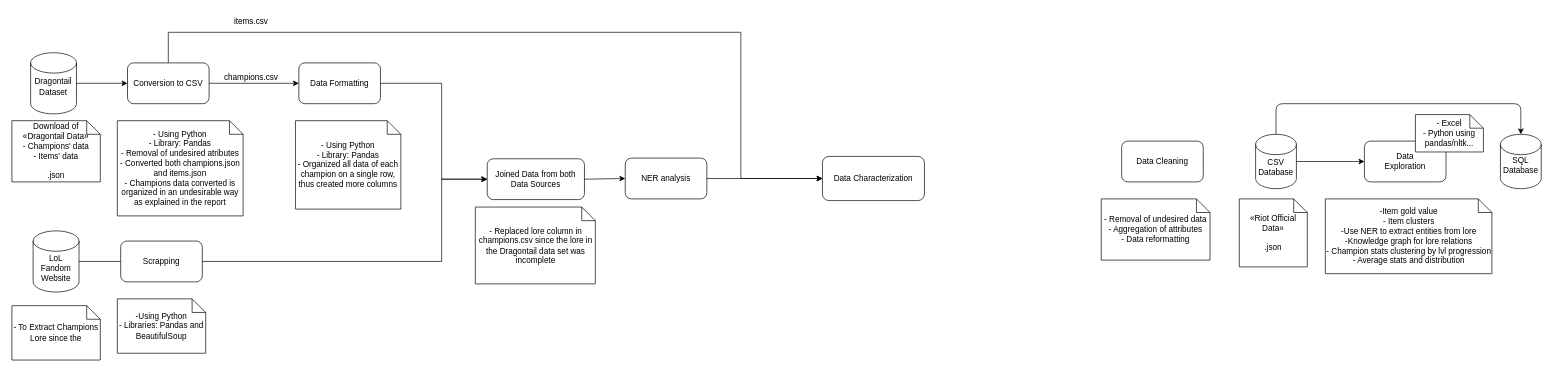
Above: docs/Pipeline.drawio in MiNeves00/PRI2021 (draw.io), before the change. Source tidied: cells renumbered, new cells numbered last; positions are measured from the earlier drawing's top-left corner, leaving out a move shared by most shapes. Both pictures are drawn from the tidied source at 68%, with x=0, y=0 at pixel (12, 12).
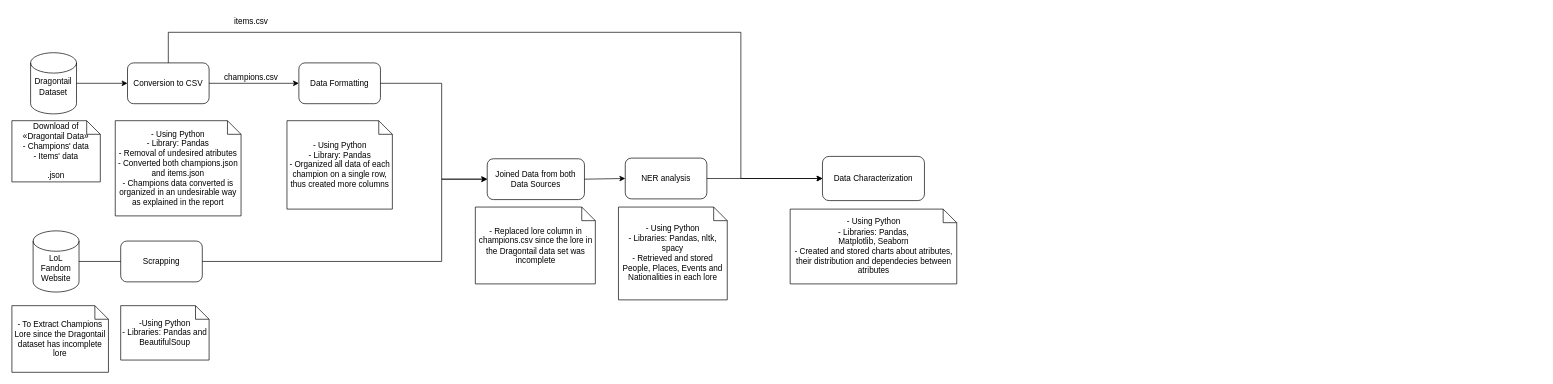
After the change.

Commit message (it also covers changes not shown here):
Improved Pipeline and UML

What changed in the source:
```diff
@@
-    <mxCell id="2" value="Data Cleaning" style="rounded=1;whiteSpace=wrap;html=1;" parent="1" vertex="1">
-      <mxGeometry x="1632" y="190" width="120" height="60" as="geometry" />
-    </mxCell>
@@
-    <mxCell id="5" style="shape=cylinder3;whiteSpace=wrap;html=1;boundedLbl=1;backgroundOutline=1;size=15;" parent="1" vertex="1">
-      <mxGeometry x="1829" y="180" width="60" height="80" as="geometry" />
-    </mxCell>
-    <mxCell id="6" value="CSV Database" style="text;html=1;strokeColor=none;fillColor=none;align=center;verticalAlign=middle;whiteSpace=wrap;rounded=0;" parent="1" vertex="1">
-      <mxGeometry x="1834" y="218" width="50" height="20" as="geometry" />
-    </mxCell>
-    <mxCell id="7" style="endArrow=classic;html=1;exitX=1;exitY=0.5;exitDx=0;exitDy=0;exitPerimeter=0;" parent="1" edge="1" source="5">
-      <mxGeometry relative="1" as="geometry">
-        <mxPoint x="1989" y="220" as="targetPoint" />
-      </mxGeometry>
-    </mxCell>
-    <mxCell id="8" style="rounded=1;whiteSpace=wrap;html=1;" parent="1" vertex="1">
-      <mxGeometry x="1989" y="190" width="120" height="60" as="geometry" />
-    </mxCell>
-    <mxCell id="9" value="Data Exploration" style="text;html=1;strokeColor=none;fillColor=none;align=center;verticalAlign=middle;whiteSpace=wrap;rounded=0;" parent="1" vertex="1">
-      <mxGeometry x="2029" y="210" width="40" height="20" as="geometry" />
-    </mxCell>
-    <mxCell id="10" style="endArrow=classic;html=1;exitX=0.5;exitY=0;exitDx=0;exitDy=0;exitPerimeter=0;entryX=0.5;entryY=0;entryDx=0;entryDy=0;entryPerimeter=0;" parent="1" edge="1" source="5" target="11">
-      <mxGeometry relative="1" as="geometry">
-        <Array as="points">
-          <mxPoint x="1859" y="135" />
-          <mxPoint x="2219" y="135" />
-        </Array>
-      </mxGeometry>
-    </mxCell>
-    <mxCell id="11" style="shape=cylinder3;whiteSpace=wrap;html=1;boundedLbl=1;backgroundOutline=1;size=15;" parent="1" vertex="1">
-      <mxGeometry x="2189" y="180" width="60" height="80" as="geometry" />
-    </mxCell>
-    <mxCell id="12" value="SQL Database" style="text;html=1;strokeColor=none;fillColor=none;align=center;verticalAlign=middle;whiteSpace=wrap;rounded=0;" parent="1" vertex="1">
-      <mxGeometry x="2194" y="215" width="50" height="20" as="geometry" />
-    </mxCell>
@@
-    <mxCell id="14" value="- Removal of undesired data&lt;br&gt;- Aggregation of attributes&lt;br&gt;- Data reformatting" style="shape=note;size=20;whiteSpace=wrap;html=1;" parent="1" vertex="1">
-      <mxGeometry x="1602" y="275" width="160" height="90" as="geometry" />
-    </mxCell>
-    <mxCell id="15" value="- Excel&lt;br&gt;- Python using pandas/nltk..." style="shape=note;size=20;whiteSpace=wrap;html=1;" parent="1" vertex="1">
-      <mxGeometry x="2064" y="151" width="100" height="55" as="geometry" />
-    </mxCell>
-    <mxCell id="16" value="-Item gold value&lt;br&gt;- Item clusters&lt;br&gt;-Use NER to extract entities from lore&lt;br&gt;-Knowledge graph for lore relations&lt;br&gt;- Champion stats clustering by lvl progression&lt;br&gt;- Average stats and distribution" style="shape=note;size=20;whiteSpace=wrap;html=1;" parent="1" vertex="1">
-      <mxGeometry x="1931.5" y="275" width="245" height="110" as="geometry" />
-    </mxCell>
-    <mxCell id="17" value="«Riot Official Data»&lt;br&gt;&lt;br&gt;.json&lt;br&gt;" style="shape=note;size=20;whiteSpace=wrap;html=1;" parent="1" vertex="1">
-      <mxGeometry x="1805" y="275" width="100" height="100" as="geometry" />
-    </mxCell>
@@
     <mxCell id="22" value="&lt;div&gt;-Using Python&lt;/div&gt;&lt;div&gt;- Libraries: Pandas and BeautifulSoup&lt;br&gt;&lt;/div&gt;" style="shape=note;size=20;whiteSpace=wrap;html=1;" parent="1" vertex="1">
-      <mxGeometry x="155" y="422" width="130" height="80" as="geometry" />
+      <mxGeometry x="160" y="432" width="130" height="80" as="geometry" />
     </mxCell>
-    <mxCell id="23" value="- To Extract Champions Lore since the " style="shape=note;size=20;whiteSpace=wrap;html=1;" parent="1" vertex="1">
-      <mxGeometry y="432" width="130" height="80" as="geometry" />
+    <mxCell id="23" value="- To Extract Champions Lore since the Dragontail dataset has incomplete lore" style="shape=note;size=20;whiteSpace=wrap;html=1;" parent="1" vertex="1">
+      <mxGeometry y="432" width="142" height="98" as="geometry" />
     </mxCell>
@@
     <mxCell id="25" value="&lt;div&gt;- Using Python&lt;/div&gt;&lt;div&gt;- Library: Pandas&lt;/div&gt;&lt;div&gt;- Removal of undesired atributes&lt;/div&gt;&lt;div&gt;- Converted both champions.json and items.json&lt;br&gt;&lt;/div&gt;&lt;div&gt;- Champions data converted is organized in an undesirable way as explained in the report&lt;br&gt;&lt;/div&gt;" style="shape=note;size=20;whiteSpace=wrap;html=1;" parent="1" vertex="1">
-      <mxGeometry x="155" y="160" width="185" height="140" as="geometry" />
+      <mxGeometry x="152" y="160" width="185" height="140" as="geometry" />
     </mxCell>
@@
     <mxCell id="29" value="&lt;div&gt;- Using Python&lt;/div&gt;&lt;div&gt;- Library: Pandas&lt;br&gt;&lt;/div&gt;&lt;div&gt;- Organized all data of each champion on a single row, thus created more columns&lt;br&gt;&lt;/div&gt;" style="shape=note;size=20;whiteSpace=wrap;html=1;" parent="1" vertex="1">
-      <mxGeometry x="417" y="160" width="155" height="130" as="geometry" />
+      <mxGeometry x="404.5" y="160" width="155" height="130" as="geometry" />
     </mxCell>
@@
+    <mxCell id="41" value="&lt;div&gt;- Using Python&lt;/div&gt;&lt;div&gt;- Libraries: Pandas, nltk, spacy&lt;/div&gt;&lt;div&gt;- Retrieved and stored People, Places, Events and Nationalities in each lore&lt;br&gt;&lt;/div&gt;" style="shape=note;size=20;whiteSpace=wrap;html=1;" parent="1" vertex="1">
+      <mxGeometry x="892" y="287" width="160" height="136.5" as="geometry" />
+    </mxCell>
+    <mxCell id="42" value="&lt;div&gt;- Using Python&lt;/div&gt;&lt;div&gt;- Libraries: Pandas, &lt;br&gt;&lt;/div&gt;&lt;div&gt;Matplotlib, Seaborn&lt;/div&gt;&lt;div&gt;- Created and stored charts about atributes, their distribution and dependecies between atributes&lt;br&gt;&lt;/div&gt;" style="shape=note;size=20;whiteSpace=wrap;html=1;" parent="1" vertex="1">
+      <mxGeometry x="1144.5" y="290" width="245" height="110" as="geometry" />
+    </mxCell>
```
